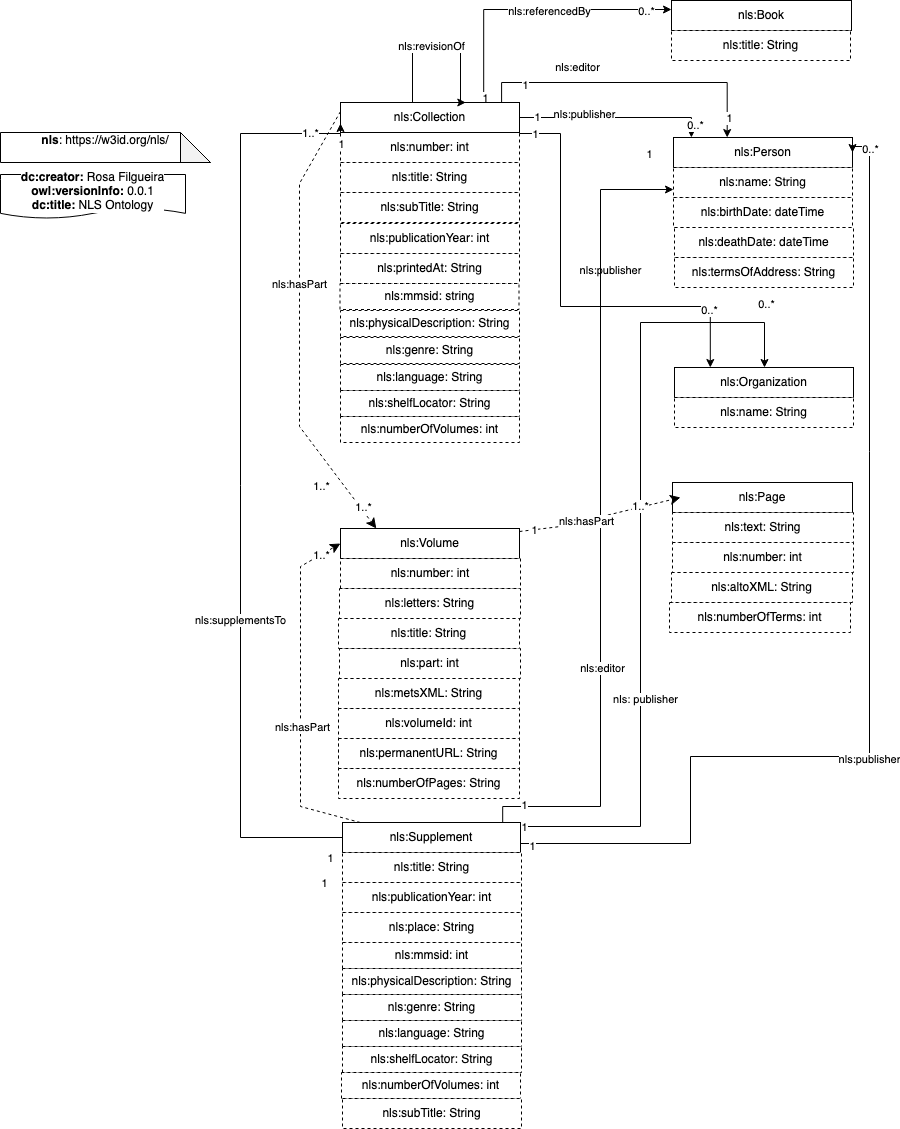
The draw.io diagram doc/dataModel.png in francesNLP/NLS-ontology, before a commit. Source tidied: cells renumbered, new cells last; positions are measured from the earlier drawing's top-left corner, leaving out a move shared by most shapes.
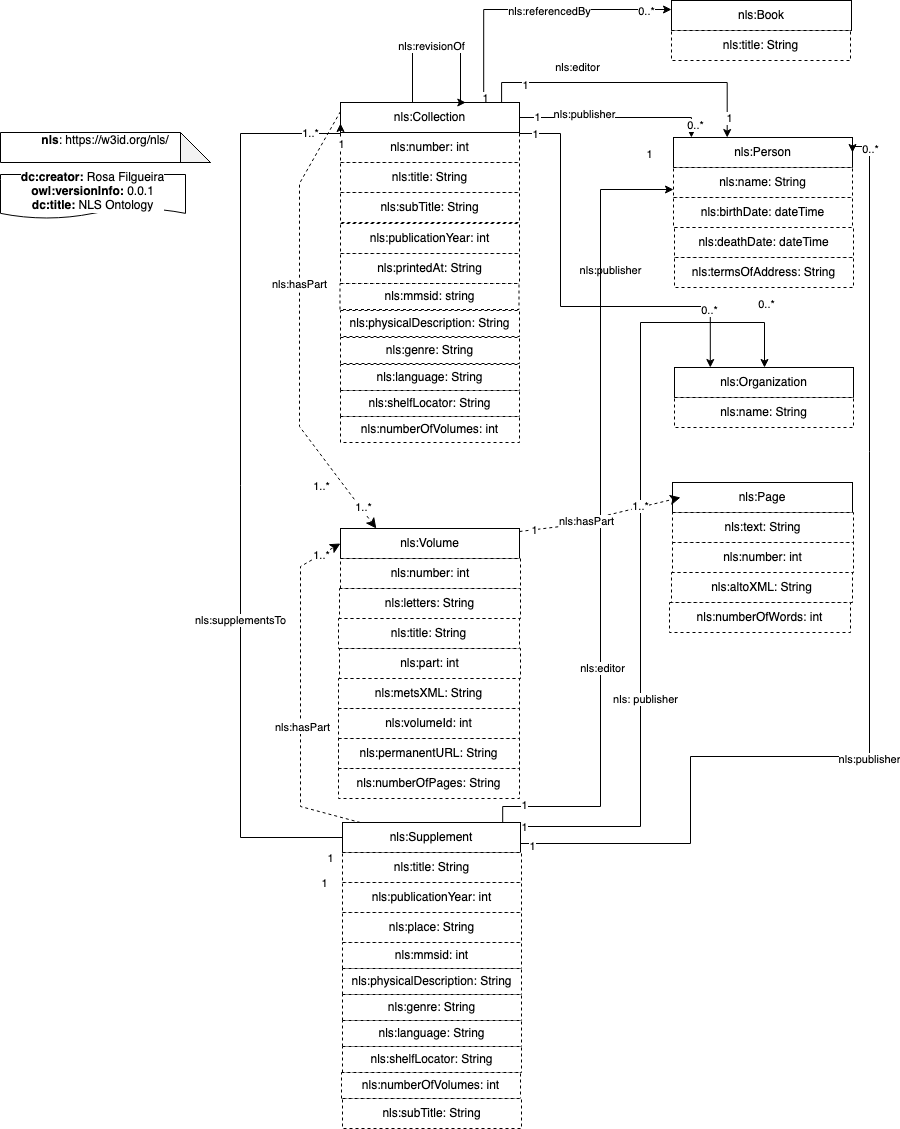
After the commit.

The edit, as a diff of the source:
```diff
@@ -355,7 +355,7 @@
     <mxCell id="90" value="nls:numberOfPages: String" style="rounded=0;whiteSpace=wrap;html=1;dashed=1;" parent="1" vertex="1">
       <mxGeometry x="338" y="768" width="181" height="30" as="geometry" />
     </mxCell>
-    <mxCell id="91" value="nls:numberOfTerms: int" style="rounded=0;whiteSpace=wrap;html=1;dashed=1;" parent="1" vertex="1">
+    <mxCell id="91" value="nls:numberOfWords: int" style="rounded=0;whiteSpace=wrap;html=1;dashed=1;" parent="1" vertex="1">
       <mxGeometry x="669" y="602" width="181" height="30" as="geometry" />
     </mxCell>
     <mxCell id="92" value="nls:numberOfVolumes: int" style="rounded=0;whiteSpace=wrap;html=1;dashed=1;" parent="1" vertex="1">
```
